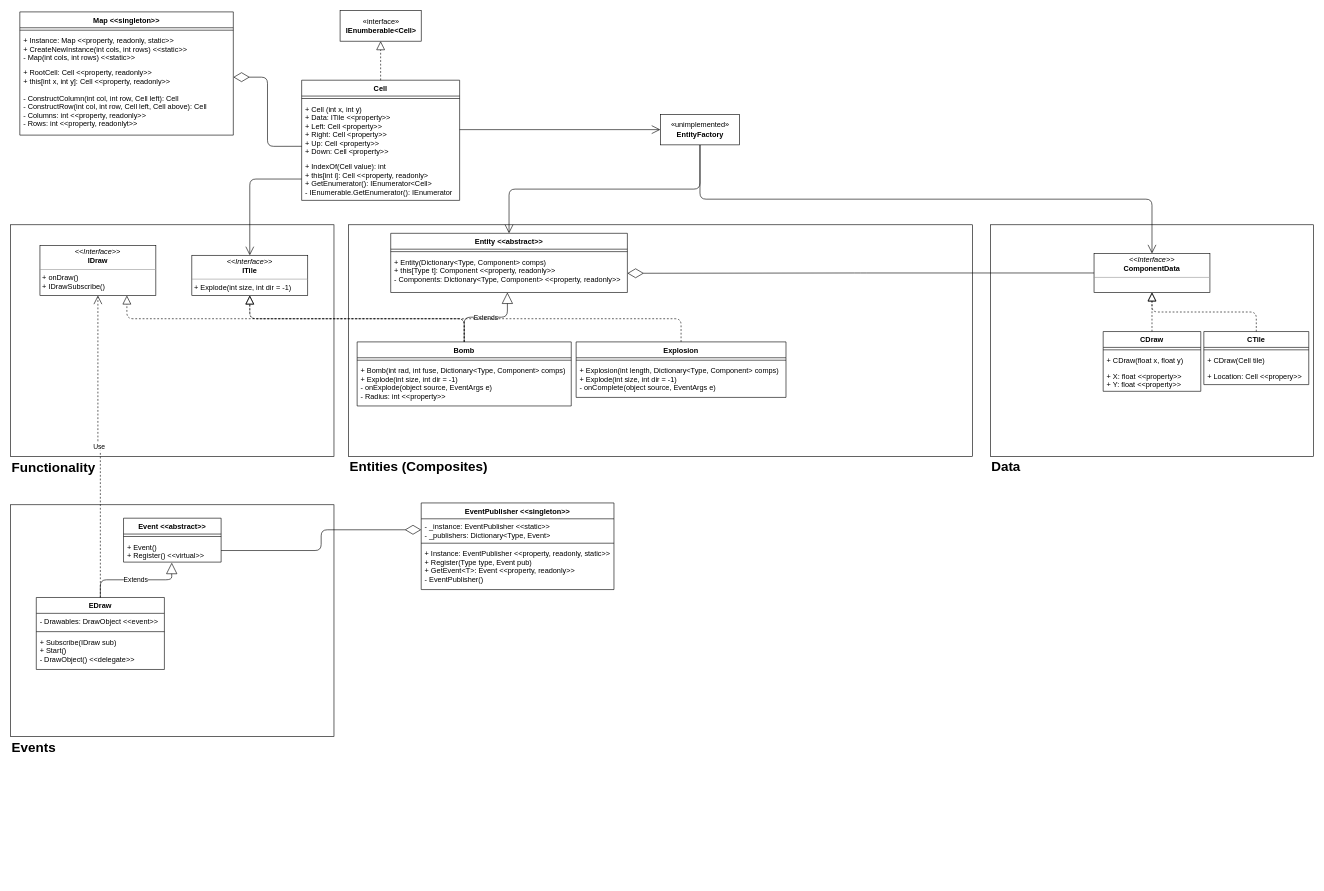
Earlier version of the draw.io diagram Documentation/BomberManUML.drawio (JoshuaWright42/bomberman). Source tidied: cells renumbered, new cells numbered last; positions are measured from the earlier drawing's top-left corner, leaving out a move shared by most shapes. Both pictures are drawn from the tidied source at 61%, with x=0, y=0 at pixel (10, 10).
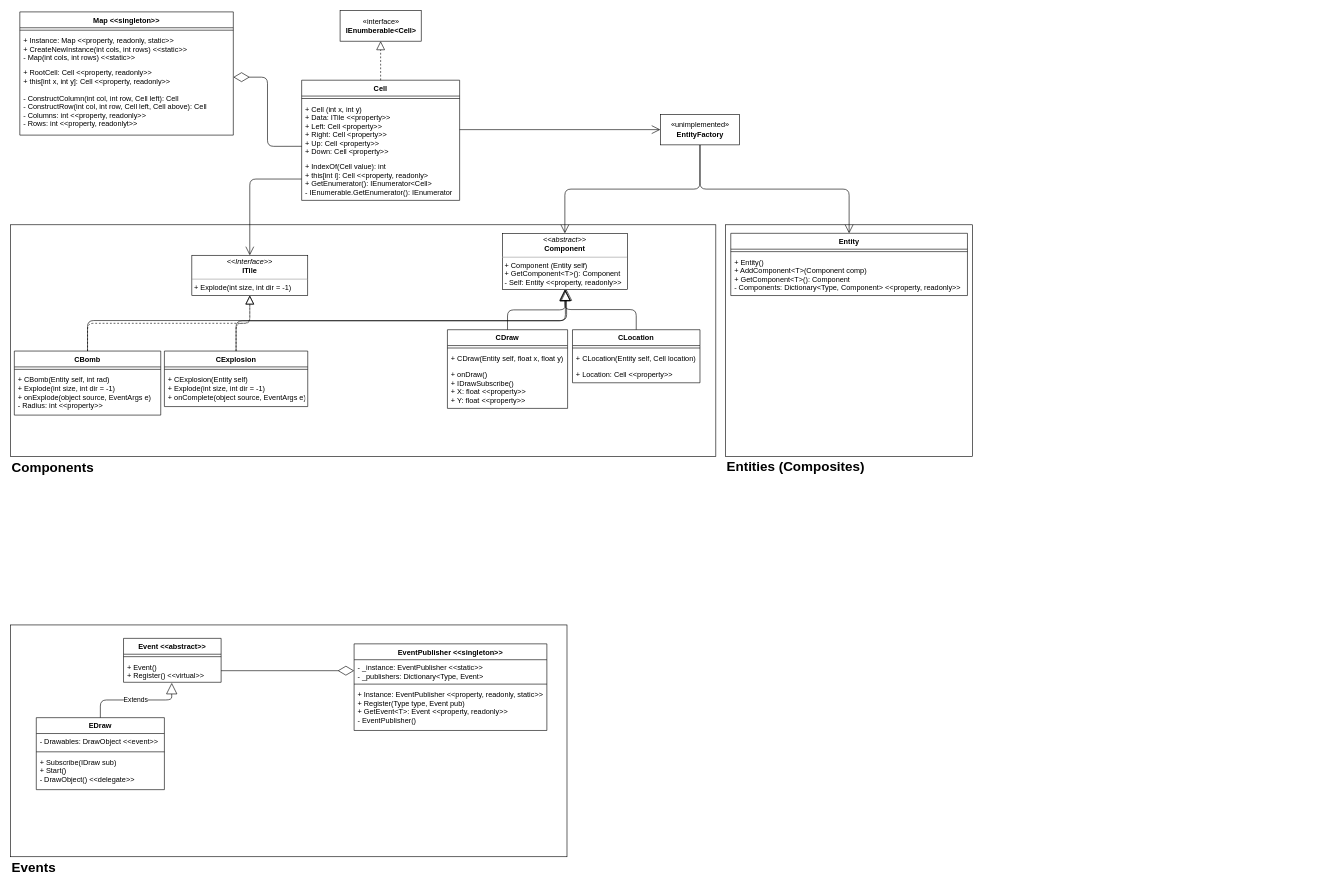
The same diagram, later.

Unchanged cells that the change refers to:
```xml
<mxCell id="26" value="&lt;p style=&quot;margin: 0px ; margin-top: 4px ; text-align: center&quot;&gt;&lt;i&gt;&amp;lt;&amp;lt;Interface&amp;gt;&amp;gt;&lt;/i&gt;&lt;br&gt;&lt;b&gt;ITile&lt;/b&gt;&lt;/p&gt;&lt;hr size=&quot;1&quot;&gt;&lt;p style=&quot;margin: 0px ; margin-left: 4px&quot;&gt;+ Explode(int size, int dir = -1)&lt;/p&gt;" style="verticalAlign=top;align=left;overflow=fill;fontSize=12;fontFamily=Helvetica;html=1;" parent="1" vertex="1">
  <mxGeometry x="297" y="401" width="190" height="66" as="geometry" />
</mxCell>
```

What changed in the source:
```diff
@@
     <mxCell id="2" style="rounded=0;whiteSpace=wrap;html=1;" parent="1" vertex="1">
-      <mxGeometry y="810" width="530" height="380" as="geometry" />
+      <mxGeometry y="1007" width="912" height="380" as="geometry" />
     </mxCell>
     <mxCell id="3" style="rounded=0;whiteSpace=wrap;html=1;" parent="1" vertex="1">
-      <mxGeometry y="351" width="530" height="380" as="geometry" />
+      <mxGeometry y="351" width="1156" height="380" as="geometry" />
     </mxCell>
     <mxCell id="4" style="rounded=0;whiteSpace=wrap;html=1;" parent="1" vertex="1">
-      <mxGeometry x="554" y="351" width="1023" height="380" as="geometry" />
+      <mxGeometry x="1172" y="351" width="405" height="380" as="geometry" />
     </mxCell>
-    <mxCell id="5" style="rounded=0;whiteSpace=wrap;html=1;" parent="1" vertex="1">
-      <mxGeometry x="1606" y="351" width="530" height="380" as="geometry" />
-    </mxCell>
@@
-    <mxCell id="18" value="Entity &lt;&lt;abstract&gt;&gt;" style="swimlane;fontStyle=1;align=center;verticalAlign=top;horizontal=1;startSize=26;" parent="1" vertex="1">
-      <mxGeometry x="623" y="365" width="388" height="97" as="geometry" />
+    <mxCell id="18" value="Entity" style="swimlane;fontStyle=1;align=center;verticalAlign=top;horizontal=1;startSize=26;" parent="1" vertex="1">
+      <mxGeometry x="1180.5" y="365" width="388" height="102" as="geometry" />
     </mxCell>
@@
-    <mxCell id="20" value="+ Entity(Dictionary&lt;Type, Component&gt; comps)&#10;+ this[Type t]: Component &lt;&lt;property, readonly&gt;&gt;&#10;- Components: Dictionary&lt;Type, Component&gt; &lt;&lt;property, readonly&gt;&gt;" style="text;strokeColor=none;fillColor=none;align=left;verticalAlign=top;spacingLeft=4;spacingRight=4;overflow=hidden;points=[[0,0.5],[1,0.5]];portConstraint=eastwest;" parent="18" vertex="1">
-      <mxGeometry y="34" width="388" height="63" as="geometry" />
+    <mxCell id="20" value="+ Entity()&#10;+ AddComponent&lt;T&gt;(Component comp)&#10;+ GetComponent&lt;T&gt;(): Component&#10;- Components: Dictionary&lt;Type, Component&gt; &lt;&lt;property, readonly&gt;&gt;" style="text;strokeColor=none;fillColor=none;align=left;verticalAlign=top;spacingLeft=4;spacingRight=4;overflow=hidden;points=[[0,0.5],[1,0.5]];portConstraint=eastwest;" parent="18" vertex="1">
+      <mxGeometry y="34" width="388" height="68" as="geometry" />
     </mxCell>
-    <mxCell id="21" value="&lt;p style=&quot;margin: 0px ; margin-top: 4px ; text-align: center&quot;&gt;&lt;i&gt;&amp;lt;&amp;lt;Interface&amp;gt;&amp;gt;&lt;/i&gt;&lt;br&gt;&lt;b&gt;ComponentData&lt;/b&gt;&lt;/p&gt;&lt;hr size=&quot;1&quot;&gt;&lt;p style=&quot;margin: 0px ; margin-left: 4px&quot;&gt;&lt;br&gt;&lt;/p&gt;" style="verticalAlign=top;align=left;overflow=fill;fontSize=12;fontFamily=Helvetica;html=1;" parent="1" vertex="1">
-      <mxGeometry x="1776" y="398" width="190" height="64" as="geometry" />
+    <mxCell id="21" value="&lt;p style=&quot;margin: 0px ; margin-top: 4px ; text-align: center&quot;&gt;&lt;i&gt;&amp;lt;&amp;lt;abstract&amp;gt;&amp;gt;&lt;/i&gt;&lt;br&gt;&lt;b&gt;Component&lt;/b&gt;&lt;/p&gt;&lt;hr size=&quot;1&quot;&gt;&lt;p style=&quot;margin: 0px ; margin-left: 4px&quot;&gt;+ Component (Entity self)&lt;/p&gt;&lt;p style=&quot;margin: 0px ; margin-left: 4px&quot;&gt;+ GetComponent&amp;lt;T&amp;gt;(): Component&lt;/p&gt;&lt;p style=&quot;margin: 0px ; margin-left: 4px&quot;&gt;- Self: Entity &amp;lt;&amp;lt;property, readonly&amp;gt;&amp;gt;&lt;/p&gt;" style="verticalAlign=top;align=left;overflow=fill;fontSize=12;fontFamily=Helvetica;html=1;" parent="1" vertex="1">
+      <mxGeometry x="806" y="365" width="205" height="92" as="geometry" />
     </mxCell>
-    <mxCell id="22" value="&lt;b&gt;&lt;font style=&quot;font-size: 22px&quot;&gt;Functionality&lt;/font&gt;&lt;/b&gt;" style="text;html=1;strokeColor=none;fillColor=none;align=left;verticalAlign=middle;whiteSpace=wrap;rounded=0;" parent="1" vertex="1">
+    <mxCell id="22" value="&lt;b&gt;&lt;font style=&quot;font-size: 22px&quot;&gt;Components&lt;/font&gt;&lt;/b&gt;" style="text;html=1;strokeColor=none;fillColor=none;align=left;verticalAlign=middle;whiteSpace=wrap;rounded=0;" parent="1" vertex="1">
       <mxGeometry y="731" width="176" height="38" as="geometry" />
     </mxCell>
     <mxCell id="23" value="&lt;b&gt;&lt;font style=&quot;font-size: 22px&quot;&gt;Entities (Composites)&lt;/font&gt;&lt;/b&gt;" style="text;html=1;strokeColor=none;fillColor=none;align=left;verticalAlign=middle;whiteSpace=wrap;rounded=0;" parent="1" vertex="1">
-      <mxGeometry x="554" y="729" width="260" height="38" as="geometry" />
+      <mxGeometry x="1172" y="729" width="260" height="38" as="geometry" />
     </mxCell>
-    <mxCell id="24" value="&lt;b&gt;&lt;font style=&quot;font-size: 22px&quot;&gt;Data&lt;/font&gt;&lt;/b&gt;" style="text;html=1;strokeColor=none;fillColor=none;align=left;verticalAlign=middle;whiteSpace=wrap;rounded=0;" parent="1" vertex="1">
-      <mxGeometry x="1606" y="729" width="176" height="38" as="geometry" />
-    </mxCell>
-    <mxCell id="25" style="endArrow=diamondThin;endFill=0;endSize=24;html=1;exitX=0;exitY=0.5;exitDx=0;exitDy=0;edgeStyle=orthogonalEdgeStyle;entryX=1;entryY=0.5;entryDx=0;entryDy=0;" parent="1" edge="1" source="21" target="20">
-      <mxGeometry relative="1" as="geometry" />
-    </mxCell>
@@
-    <mxCell id="28" value="&lt;p style=&quot;margin: 0px ; margin-top: 4px ; text-align: center&quot;&gt;&lt;i&gt;&amp;lt;&amp;lt;Interface&amp;gt;&amp;gt;&lt;/i&gt;&lt;br&gt;&lt;b&gt;IDraw&lt;/b&gt;&lt;/p&gt;&lt;hr size=&quot;1&quot;&gt;&lt;p style=&quot;margin: 0px ; margin-left: 4px&quot;&gt;+ onDraw()&lt;/p&gt;&lt;p style=&quot;margin: 0px ; margin-left: 4px&quot;&gt;+ IDrawSubscribe()&lt;/p&gt;" style="verticalAlign=top;align=left;overflow=fill;fontSize=12;fontFamily=Helvetica;html=1;" parent="1" vertex="1">
-      <mxGeometry x="48" y="385" width="190" height="82" as="geometry" />
-    </mxCell>
     <mxCell id="29" value="CDraw" style="swimlane;fontStyle=1;align=center;verticalAlign=top;horizontal=1;startSize=26;" parent="1" vertex="1">
-      <mxGeometry x="1791" y="526" width="160" height="98" as="geometry" />
+      <mxGeometry x="716" y="523" width="197" height="129" as="geometry" />
     </mxCell>
     <mxCell id="30" style="line;strokeWidth=1;fillColor=none;align=left;verticalAlign=middle;spacingTop=-1;spacingLeft=3;spacingRight=3;labelPosition=right;" parent="29" vertex="1">
-      <mxGeometry y="26" width="160" height="8" as="geometry" />
+      <mxGeometry y="26" width="197" height="8" as="geometry" />
     </mxCell>
-    <mxCell id="31" value="+ CDraw(float x, float y)" style="text;strokeColor=none;fillColor=none;align=left;verticalAlign=top;spacingLeft=4;spacingRight=4;overflow=hidden;" parent="29" vertex="1">
-      <mxGeometry y="34" width="160" height="26" as="geometry" />
+    <mxCell id="31" value="+ CDraw(Entity self, float x, float y)" style="text;strokeColor=none;fillColor=none;align=left;verticalAlign=top;spacingLeft=4;spacingRight=4;overflow=hidden;" parent="29" vertex="1">
+      <mxGeometry y="34" width="197" height="26" as="geometry" />
     </mxCell>
-    <mxCell id="32" value="+ X: float &lt;&lt;property&gt;&gt;&#10;+ Y: float &lt;&lt;property&gt;&gt;" style="text;strokeColor=none;fillColor=none;align=left;verticalAlign=top;spacingLeft=4;spacingRight=4;overflow=hidden;" parent="29" vertex="1">
-      <mxGeometry y="60" width="160" height="38" as="geometry" />
+    <mxCell id="32" value="+ onDraw()&#10;+ IDrawSubscribe()&#10;+ X: float &lt;&lt;property&gt;&gt;&#10;+ Y: float &lt;&lt;property&gt;&gt;" style="text;strokeColor=none;fillColor=none;align=left;verticalAlign=top;spacingLeft=4;spacingRight=4;overflow=hidden;" parent="29" vertex="1">
+      <mxGeometry y="60" width="197" height="69" as="geometry" />
     </mxCell>
-    <mxCell id="33" style="endArrow=block;dashed=1;endFill=0;endSize=12;html=1;strokeWidth=1;edgeStyle=orthogonalEdgeStyle;exitX=0.5;exitY=0;exitDx=0;exitDy=0;entryX=0.5;entryY=1;entryDx=0;entryDy=0;" parent="1" edge="1" source="29" target="21">
-      <mxGeometry relative="1" as="geometry" />
-    </mxCell>
     <mxCell id="34" value="Event &lt;&lt;abstract&gt;&gt;" style="swimlane;fontStyle=1;align=center;verticalAlign=top;horizontal=1;startSize=26;" parent="1" vertex="1">
-      <mxGeometry x="185" y="832" width="160" height="72" as="geometry" />
+      <mxGeometry x="185" y="1029" width="160" height="72" as="geometry" />
     </mxCell>
@@
     <mxCell id="37" value="EDraw" style="swimlane;fontStyle=1;align=center;verticalAlign=top;horizontal=1;startSize=26;" parent="1" vertex="1">
-      <mxGeometry x="42" y="962" width="210" height="118" as="geometry" />
+      <mxGeometry x="42" y="1159" width="210" height="118" as="geometry" />
     </mxCell>
@@
-    <mxCell id="42" value="Use" style="endArrow=open;endSize=12;dashed=1;html=1;strokeWidth=1;exitX=0.5;exitY=0;exitDx=0;exitDy=0;entryX=0.5;entryY=1;entryDx=0;entryDy=0;edgeStyle=orthogonalEdgeStyle;" parent="1" edge="1" source="37" target="28">
-      <mxGeometry relative="1" as="geometry" />
-    </mxCell>
     <mxCell id="43" value="&lt;b&gt;&lt;font style=&quot;font-size: 22px&quot;&gt;Events&lt;/font&gt;&lt;/b&gt;" style="text;html=1;strokeColor=none;fillColor=none;align=left;verticalAlign=middle;whiteSpace=wrap;rounded=0;" parent="1" vertex="1">
-      <mxGeometry y="1190" width="176" height="38" as="geometry" />
+      <mxGeometry y="1387" width="176" height="38" as="geometry" />
     </mxCell>
@@
     <mxCell id="48" value="EventPublisher &lt;&lt;singleton&gt;&gt;" style="swimlane;fontStyle=1;align=center;verticalAlign=top;horizontal=1;startSize=26;" parent="1" vertex="1">
-      <mxGeometry x="673" y="807" width="316" height="142" as="geometry" />
+      <mxGeometry x="563" y="1038" width="316" height="142" as="geometry" />
     </mxCell>
@@
-    <mxCell id="53" value="Bomb" style="swimlane;fontStyle=1;align=center;verticalAlign=top;horizontal=1;startSize=26;" parent="1" vertex="1">
-      <mxGeometry x="568" y="543" width="351" height="105" as="geometry" />
+    <mxCell id="53" value="CBomb" style="swimlane;fontStyle=1;align=center;verticalAlign=top;horizontal=1;startSize=26;" parent="1" vertex="1">
+      <mxGeometry x="6" y="558" width="240" height="105" as="geometry" />
     </mxCell>
     <mxCell id="54" style="line;strokeWidth=1;fillColor=none;align=left;verticalAlign=middle;spacingTop=-1;spacingLeft=3;spacingRight=3;labelPosition=right;" parent="53" vertex="1">
-      <mxGeometry y="26" width="351" height="8" as="geometry" />
+      <mxGeometry y="26" width="240" height="8" as="geometry" />
     </mxCell>
-    <mxCell id="55" value="+ Bomb(int rad, int fuse, Dictionary&lt;Type, Component&gt; comps)&#10;+ Explode(int size, int dir = -1)&#10;- onExplode(object source, EventArgs e)&#10;- Radius: int &lt;&lt;property&gt;&gt;" style="text;strokeColor=none;fillColor=none;align=left;verticalAlign=top;spacingLeft=4;spacingRight=4;overflow=hidden;" parent="53" vertex="1">
-      <mxGeometry y="34" width="351" height="71" as="geometry" />
+    <mxCell id="55" value="+ CBomb(Entity self, int rad)&#10;+ Explode(int size, int dir = -1)&#10;+ onExplode(object source, EventArgs e)&#10;- Radius: int &lt;&lt;property&gt;&gt;" style="text;strokeColor=none;fillColor=none;align=left;verticalAlign=top;spacingLeft=4;spacingRight=4;overflow=hidden;" parent="53" vertex="1">
+      <mxGeometry y="34" width="240" height="71" as="geometry" />
     </mxCell>
-    <mxCell id="56" value="Extends" style="endArrow=block;endSize=16;endFill=0;html=1;strokeWidth=1;exitX=0.5;exitY=0;exitDx=0;exitDy=0;entryX=0.493;entryY=1;entryDx=0;entryDy=0;entryPerimeter=0;edgeStyle=orthogonalEdgeStyle;" parent="1" edge="1" source="53" target="20">
-      <mxGeometry relative="1" as="geometry" />
-    </mxCell>
-    <mxCell id="57" style="endArrow=block;dashed=1;endFill=0;endSize=12;html=1;strokeWidth=1;exitX=0.5;exitY=0;exitDx=0;exitDy=0;edgeStyle=orthogonalEdgeStyle;elbow=vertical;entryX=0.75;entryY=1;entryDx=0;entryDy=0;" parent="1" edge="1" source="53" target="28">
-      <mxGeometry relative="1" as="geometry" />
-    </mxCell>
-    <mxCell id="58" style="endArrow=block;dashed=1;endFill=0;endSize=12;html=1;strokeWidth=1;exitX=0.5;exitY=0;exitDx=0;exitDy=0;entryX=0.5;entryY=1;entryDx=0;entryDy=0;edgeStyle=orthogonalEdgeStyle;" parent="1" edge="1" source="53" target="26">
-      <mxGeometry relative="1" as="geometry" />
-    </mxCell>
-    <mxCell id="59" value="CTile" style="swimlane;fontStyle=1;align=center;verticalAlign=top;horizontal=1;startSize=26;" parent="1" vertex="1">
-      <mxGeometry x="1956" y="526" width="172" height="87" as="geometry" />
+    <mxCell id="59" value="CLocation" style="swimlane;fontStyle=1;align=center;verticalAlign=top;horizontal=1;startSize=26;" parent="1" vertex="1">
+      <mxGeometry x="921" y="523" width="209" height="87" as="geometry" />
     </mxCell>
     <mxCell id="60" style="line;strokeWidth=1;fillColor=none;align=left;verticalAlign=middle;spacingTop=-1;spacingLeft=3;spacingRight=3;labelPosition=right;" parent="59" vertex="1">
-      <mxGeometry y="26" width="172" height="8" as="geometry" />
+      <mxGeometry y="26" width="209" height="8" as="geometry" />
     </mxCell>
-    <mxCell id="61" value="+ CDraw(Cell tile)" style="text;strokeColor=none;fillColor=none;align=left;verticalAlign=top;spacingLeft=4;spacingRight=4;overflow=hidden;" parent="59" vertex="1">
-      <mxGeometry y="34" width="172" height="26" as="geometry" />
+    <mxCell id="61" value="+ CLocation(Entity self, Cell location)" style="text;strokeColor=none;fillColor=none;align=left;verticalAlign=top;spacingLeft=4;spacingRight=4;overflow=hidden;" parent="59" vertex="1">
+      <mxGeometry y="34" width="209" height="26" as="geometry" />
     </mxCell>
-    <mxCell id="62" value="+ Location: Cell &lt;&lt;propery&gt;&gt;" style="text;strokeColor=none;fillColor=none;align=left;verticalAlign=top;spacingLeft=4;spacingRight=4;overflow=hidden;" parent="59" vertex="1">
-      <mxGeometry y="60" width="172" height="27" as="geometry" />
+    <mxCell id="62" value="+ Location: Cell &lt;&lt;property&gt;&gt;" style="text;strokeColor=none;fillColor=none;align=left;verticalAlign=top;spacingLeft=4;spacingRight=4;overflow=hidden;" parent="59" vertex="1">
+      <mxGeometry y="60" width="209" height="27" as="geometry" />
     </mxCell>
-    <mxCell id="63" style="endArrow=block;dashed=1;endFill=0;endSize=12;html=1;strokeWidth=1;edgeStyle=orthogonalEdgeStyle;exitX=0.5;exitY=0;exitDx=0;exitDy=0;entryX=0.5;entryY=1;entryDx=0;entryDy=0;" parent="1" edge="1" source="59" target="21">
-      <mxGeometry relative="1" as="geometry" />
-    </mxCell>
-    <mxCell id="64" value="Explosion" style="swimlane;fontStyle=1;align=center;verticalAlign=top;horizontal=1;startSize=26;" parent="1" vertex="1">
-      <mxGeometry x="927" y="543" width="344" height="91" as="geometry" />
+    <mxCell id="64" value="CExplosion" style="swimlane;fontStyle=1;align=center;verticalAlign=top;horizontal=1;startSize=26;" parent="1" vertex="1">
+      <mxGeometry x="252" y="558" width="235" height="91" as="geometry" />
     </mxCell>
     <mxCell id="65" style="line;strokeWidth=1;fillColor=none;align=left;verticalAlign=middle;spacingTop=-1;spacingLeft=3;spacingRight=3;labelPosition=right;" parent="64" vertex="1">
-      <mxGeometry y="26" width="344" height="8" as="geometry" />
+      <mxGeometry y="26" width="235" height="8" as="geometry" />
     </mxCell>
-    <mxCell id="66" value="+ Explosion(int length, Dictionary&lt;Type, Component&gt; comps)&#10;+ Explode(int size, int dir = -1)&#10;- onComplete(object source, EventArgs e)" style="text;strokeColor=none;fillColor=none;align=left;verticalAlign=top;spacingLeft=4;spacingRight=4;overflow=hidden;" parent="64" vertex="1">
-      <mxGeometry y="34" width="344" height="57" as="geometry" />
+    <mxCell id="66" value="+ CExplosion(Entity self)&#10;+ Explode(int size, int dir = -1)&#10;+ onComplete(object source, EventArgs e)" style="text;strokeColor=none;fillColor=none;align=left;verticalAlign=top;spacingLeft=4;spacingRight=4;overflow=hidden;" parent="64" vertex="1">
+      <mxGeometry y="34" width="235" height="57" as="geometry" />
     </mxCell>
+    <mxCell id="63" style="endArrow=block;endSize=16;endFill=0;html=1;exitX=0.5;exitY=0;exitDx=0;exitDy=0;entryX=0.5;entryY=1;entryDx=0;entryDy=0;edgeStyle=orthogonalEdgeStyle;" parent="1" edge="1" source="59" target="21">
+      <mxGeometry relative="1" as="geometry" />
+    </mxCell>
+    <mxCell id="68" style="endArrow=block;endSize=16;endFill=0;html=1;exitX=0.5;exitY=0;exitDx=0;exitDy=0;edgeStyle=orthogonalEdgeStyle;" parent="1" edge="1" source="29">
+      <mxGeometry relative="1" as="geometry">
+        <mxPoint x="909" y="457" as="targetPoint" />
+      </mxGeometry>
+    </mxCell>
+    <mxCell id="69" style="endArrow=block;endSize=16;endFill=0;html=1;exitX=0.5;exitY=0;exitDx=0;exitDy=0;edgeStyle=orthogonalEdgeStyle;" parent="1" edge="1" source="64">
+      <mxGeometry relative="1" as="geometry">
+        <mxPoint x="909" y="458" as="targetPoint" />
+      </mxGeometry>
+    </mxCell>
+    <mxCell id="70" style="endArrow=block;endSize=16;endFill=0;html=1;exitX=0.5;exitY=0;exitDx=0;exitDy=0;edgeStyle=orthogonalEdgeStyle;" parent="1" edge="1" source="53">
+      <mxGeometry relative="1" as="geometry">
+        <mxPoint x="911" y="457" as="targetPoint" />
+      </mxGeometry>
+    </mxCell>
-    <mxCell id="67" style="endArrow=block;dashed=1;endFill=0;endSize=12;html=1;strokeWidth=1;exitX=0.5;exitY=0;exitDx=0;exitDy=0;entryX=0.5;entryY=1;entryDx=0;entryDy=0;edgeStyle=orthogonalEdgeStyle;" parent="1" edge="1" source="64" target="26">
+    <mxCell id="67" style="endArrow=block;dashed=1;endFill=0;endSize=12;html=1;edgeStyle=orthogonalEdgeStyle;entryX=0.5;entryY=1;entryDx=0;entryDy=0;exitX=0.5;exitY=0;exitDx=0;exitDy=0;" parent="1" edge="1" source="64" target="26">
       <mxGeometry relative="1" as="geometry" />
     </mxCell>
+    <mxCell id="58" style="endArrow=block;dashed=1;endFill=0;endSize=12;html=1;edgeStyle=orthogonalEdgeStyle;exitX=0.5;exitY=0;exitDx=0;exitDy=0;entryX=0.5;entryY=1;entryDx=0;entryDy=0;" parent="1" edge="1" source="53" target="26">
+      <mxGeometry relative="1" as="geometry" />
+    </mxCell>
```
